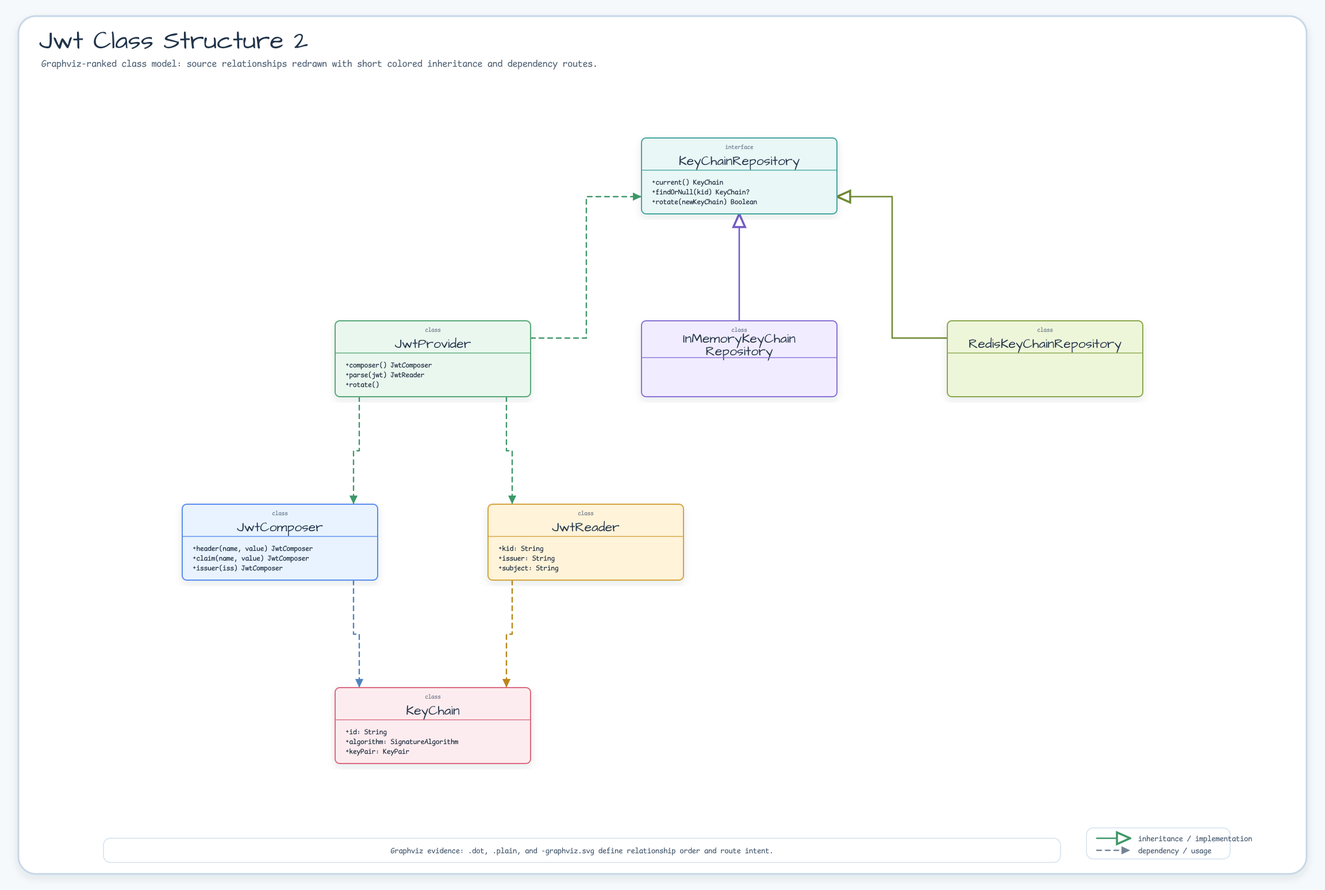
Before: docs/images/readme-diagrams/utils-jwt-diagram-02.png, a diagram exported from Graphviz (bluetape4k/bluetape4k-projects). Its source is kept beside it as docs/images/readme-diagrams/utils-jwt-diagram-02.dot. Source of this version:
```dot
digraph G {
  graph [rankdir=TB, splines=ortho, nodesep=0.95, ranksep=1.2, outputorder=edgesfirst, pack=false, sep="+0.9,0.9"];
  node [shape=box, style="rounded,filled", fontname="Comic Mono", fontsize=11, margin="0.16,0.10", width=2.8, height=1.05];
  edge [fontname="Comic Mono", fontsize=10, arrowsize=0.75, penwidth=1.8];
  JwtComposer [label="JwtComposer", fillcolor="#E8F3FF", color="#5B8DEF"];
  JwtProvider [label="JwtProvider", fillcolor="#EAF7EF", color="#58A978"];
  KeyChainRepository [label="KeyChainRepository", fillcolor="#E9F7F6", color="#45A7A1"];
  JwtReader [label="JwtReader", fillcolor="#FFF3D9", color="#D6A441"];
  KeyChain [label="KeyChain", fillcolor="#FDECEF", color="#DC6B82"];
  InMemoryKeyChainRepository [label="InMemoryKeyChainRepository", fillcolor="#F1ECFF", color="#8A72D6"];
  RedisKeyChainRepository [label="RedisKeyChainRepository", fillcolor="#EEF6D9", color="#8BA84D"];
  { rank=source; KeyChainRepository; }
  KeyChainRepository -> RedisKeyChainRepository [color="#718A35", fontcolor="#718A35", style="solid", arrowhead="none", weight=10];
  KeyChainRepository -> InMemoryKeyChainRepository [color="#755BC6", fontcolor="#755BC6", style="solid", arrowhead="none", weight=10];
  JwtReader -> KeyChain [color="#B9851B", fontcolor="#B9851B", style="dashed", arrowhead="none", weight=2];
  JwtComposer -> KeyChain [color="#4F83BF", fontcolor="#4F83BF", style="dashed", arrowhead="none", weight=2];
  JwtProvider -> KeyChainRepository [color="#3E9868", fontcolor="#3E9868", style="dashed", arrowhead="none", weight=2];
  JwtProvider -> JwtReader [color="#3E9868", fontcolor="#3E9868", style="dashed", arrowhead="none", weight=2];
  JwtProvider -> JwtComposer [color="#3E9868", fontcolor="#3E9868", style="dashed", arrowhead="none", weight=2];
}
```
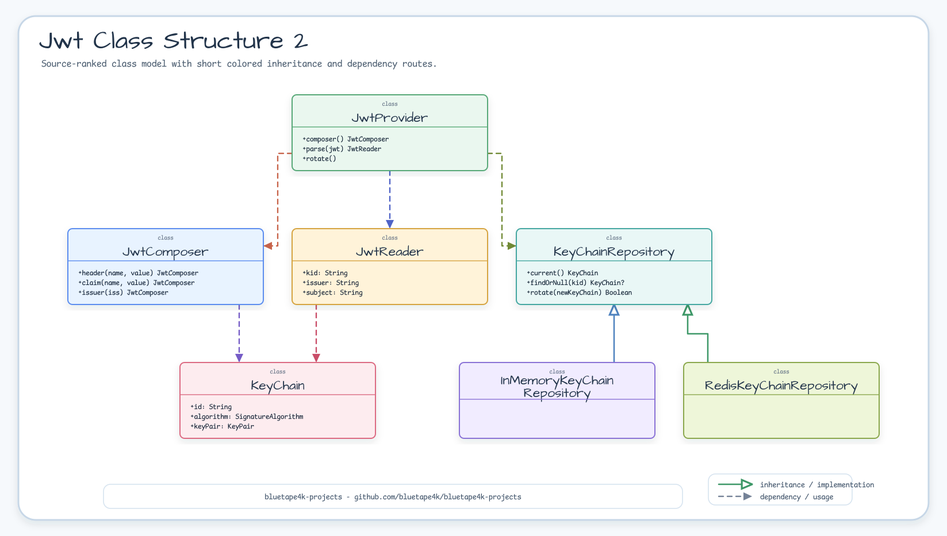
After the commit.

Diff of the diagram source:
```diff
@@ -9,12 +9,11 @@
   KeyChain [label="KeyChain", fillcolor="#FDECEF", color="#DC6B82"];
   InMemoryKeyChainRepository [label="InMemoryKeyChainRepository", fillcolor="#F1ECFF", color="#8A72D6"];
   RedisKeyChainRepository [label="RedisKeyChainRepository", fillcolor="#EEF6D9", color="#8BA84D"];
-  { rank=source; KeyChainRepository; }
-  KeyChainRepository -> RedisKeyChainRepository [color="#718A35", fontcolor="#718A35", style="solid", arrowhead="none", weight=10];
-  KeyChainRepository -> InMemoryKeyChainRepository [color="#755BC6", fontcolor="#755BC6", style="solid", arrowhead="none", weight=10];
-  JwtReader -> KeyChain [color="#B9851B", fontcolor="#B9851B", style="dashed", arrowhead="none", weight=2];
-  JwtComposer -> KeyChain [color="#4F83BF", fontcolor="#4F83BF", style="dashed", arrowhead="none", weight=2];
-  JwtProvider -> KeyChainRepository [color="#3E9868", fontcolor="#3E9868", style="dashed", arrowhead="none", weight=2];
-  JwtProvider -> JwtReader [color="#3E9868", fontcolor="#3E9868", style="dashed", arrowhead="none", weight=2];
-  JwtProvider -> JwtComposer [color="#3E9868", fontcolor="#3E9868", style="dashed", arrowhead="none", weight=2];
+  KeyChainRepository -> RedisKeyChainRepository [color="#3E9868", fontcolor="#3E9868", style="solid", arrowhead="none", weight=10];
+  KeyChainRepository -> InMemoryKeyChainRepository [color="#4F83BF", fontcolor="#4F83BF", style="solid", arrowhead="none", weight=10];
+  JwtReader -> KeyChain [color="#C94D68", fontcolor="#C94D68", style="dashed", arrowhead="none", weight=2];
+  JwtComposer -> KeyChain [color="#755BC6", fontcolor="#755BC6", style="dashed", arrowhead="none", weight=2];
+  JwtProvider -> KeyChainRepository [color="#718A35", fontcolor="#718A35", style="dashed", arrowhead="none", weight=2];
+  JwtProvider -> JwtReader [color="#4F63C7", fontcolor="#4F63C7", style="dashed", arrowhead="none", weight=2];
+  JwtProvider -> JwtComposer [color="#C8644B", fontcolor="#C8644B", style="dashed", arrowhead="none", weight=2];
 }
```
